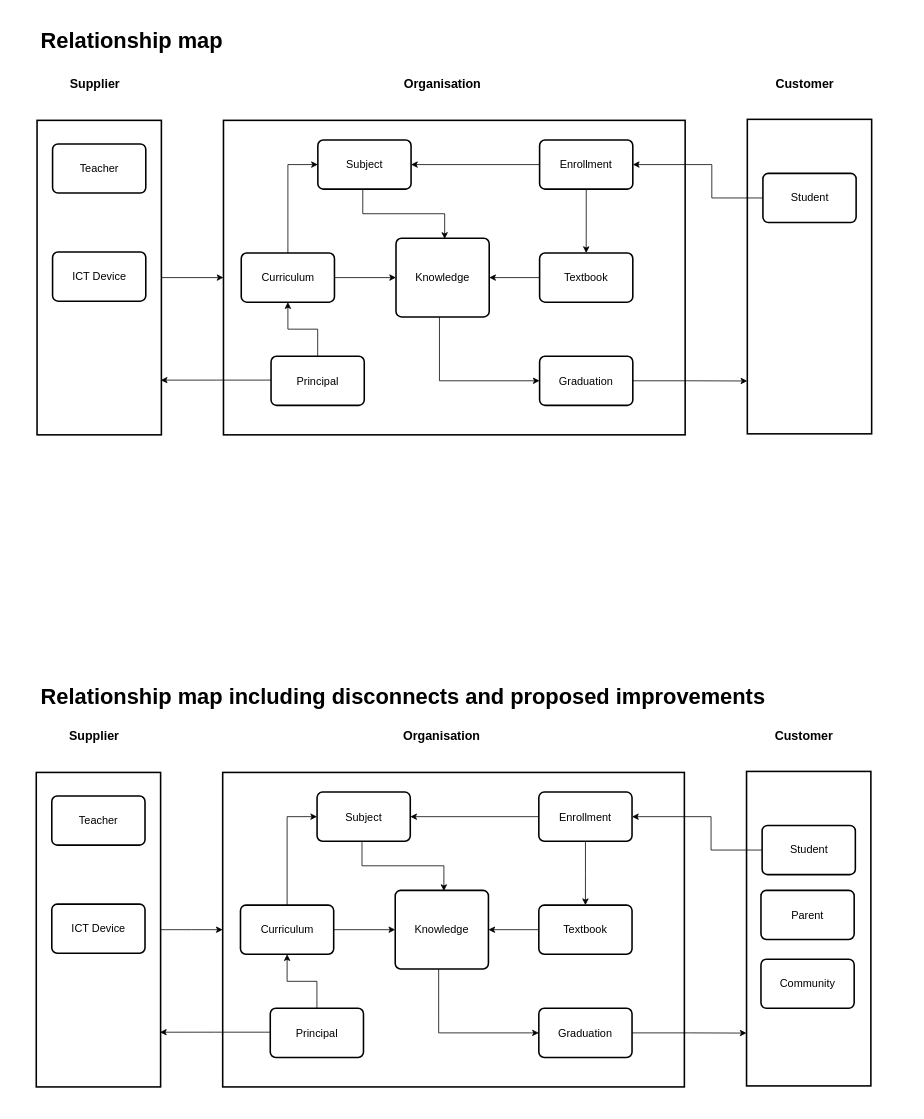
Earlier version of the draw.io diagram page "Relationship_Map" (1 of 4) of All_Maps_A1.drawio (SRMITGit/diagrams). Source tidied: cells renumbered, new cells numbered last; positions are measured from the earlier drawing's top-left corner, leaving out a move shared by most shapes. Both pictures are drawn from the tidied source at 78%, with x=0, y=0 at pixel (36, 21).
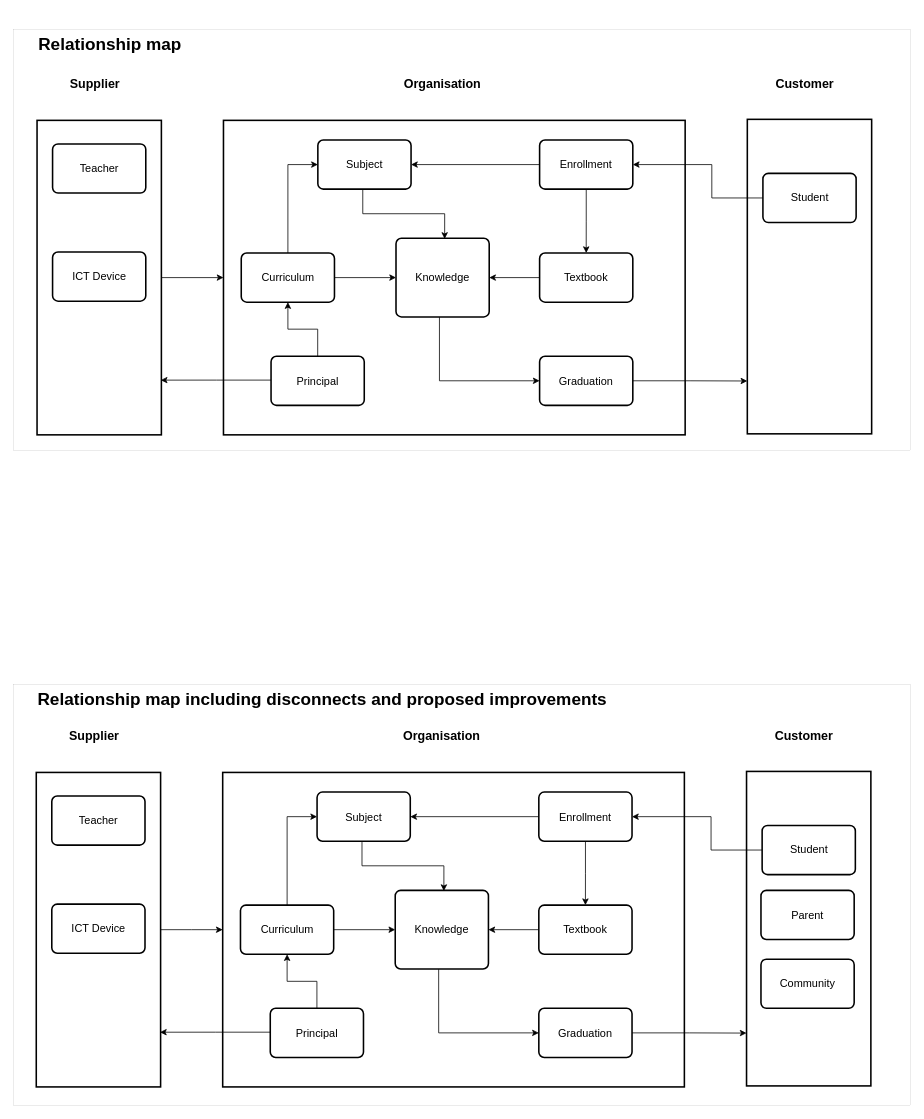
The same diagram, later.

What changed in the source:
```diff
@@
+    <mxCell id="62" style="rounded=0;whiteSpace=wrap;html=1;fontFamily=Helvetica;fontSize=22;strokeWidth=0;" parent="1" vertex="1">
+      <mxGeometry x="-29" y="850" width="1150" height="540" as="geometry" />
+    </mxCell>
+    <mxCell id="63" style="rounded=0;whiteSpace=wrap;html=1;fontFamily=Helvetica;fontSize=22;strokeWidth=0;" parent="1" vertex="1">
+      <mxGeometry x="-29" y="10" width="1150" height="540" as="geometry" />
+    </mxCell>
@@
-    <mxCell id="58" value="&lt;h1&gt;&lt;span&gt;Relationship map including disconnects and proposed improvements&lt;/span&gt;&lt;br&gt;&lt;/h1&gt;" style="text;html=1;strokeColor=none;fillColor=none;spacing=5;spacingTop=-20;whiteSpace=wrap;overflow=hidden;rounded=0;fontFamily=Helvetica;fontSize=14;" parent="1" vertex="1">
-      <mxGeometry x="1" y="840" width="1100" height="50" as="geometry" />
-    </mxCell>
@@
-    <mxCell id="61" value="&lt;h1&gt;&lt;span&gt;Relationship map&lt;/span&gt;&lt;br&gt;&lt;/h1&gt;" style="text;html=1;strokeColor=none;fillColor=none;spacing=5;spacingTop=-20;whiteSpace=wrap;overflow=hidden;rounded=0;fontFamily=Helvetica;fontSize=14;" parent="1" vertex="1">
-      <mxGeometry x="1" width="1100" height="50" as="geometry" />
+    <mxCell id="61" value="Relationship map" style="text;html=1;strokeColor=none;fillColor=none;align=left;verticalAlign=middle;whiteSpace=wrap;rounded=0;fontFamily=Helvetica;fontSize=22;fontStyle=1;" parent="1" vertex="1">
+      <mxGeometry x="1" y="10" width="1070" height="40" as="geometry" />
     </mxCell>
+    <mxCell id="58" value="Relationship map including disconnects and proposed improvements" style="text;html=1;strokeColor=none;fillColor=none;align=left;verticalAlign=middle;whiteSpace=wrap;rounded=0;fontFamily=Helvetica;fontSize=22;fontStyle=1;" parent="1" vertex="1">
+      <mxGeometry y="850" width="1070" height="40" as="geometry" />
+    </mxCell>
```
